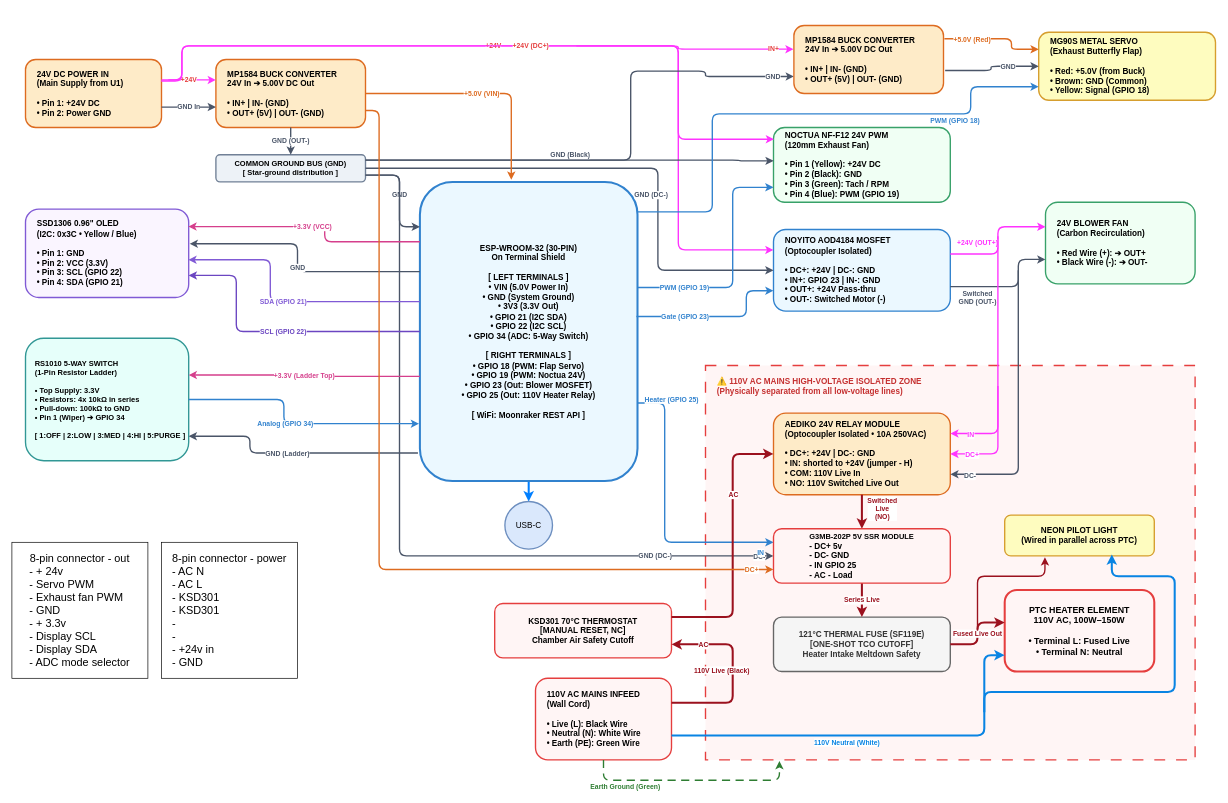
Before: docs/chamber_controller_schematic.drawio in arkhipus/u1-heater, a draw.io diagram. Source tidied: cells renumbered, new cells numbered last; positions are measured from the earlier drawing's top-left corner, leaving out a move shared by most shapes. Both pictures are drawn from the tidied source at 68%, with x=0, y=0 at pixel (12, 25).
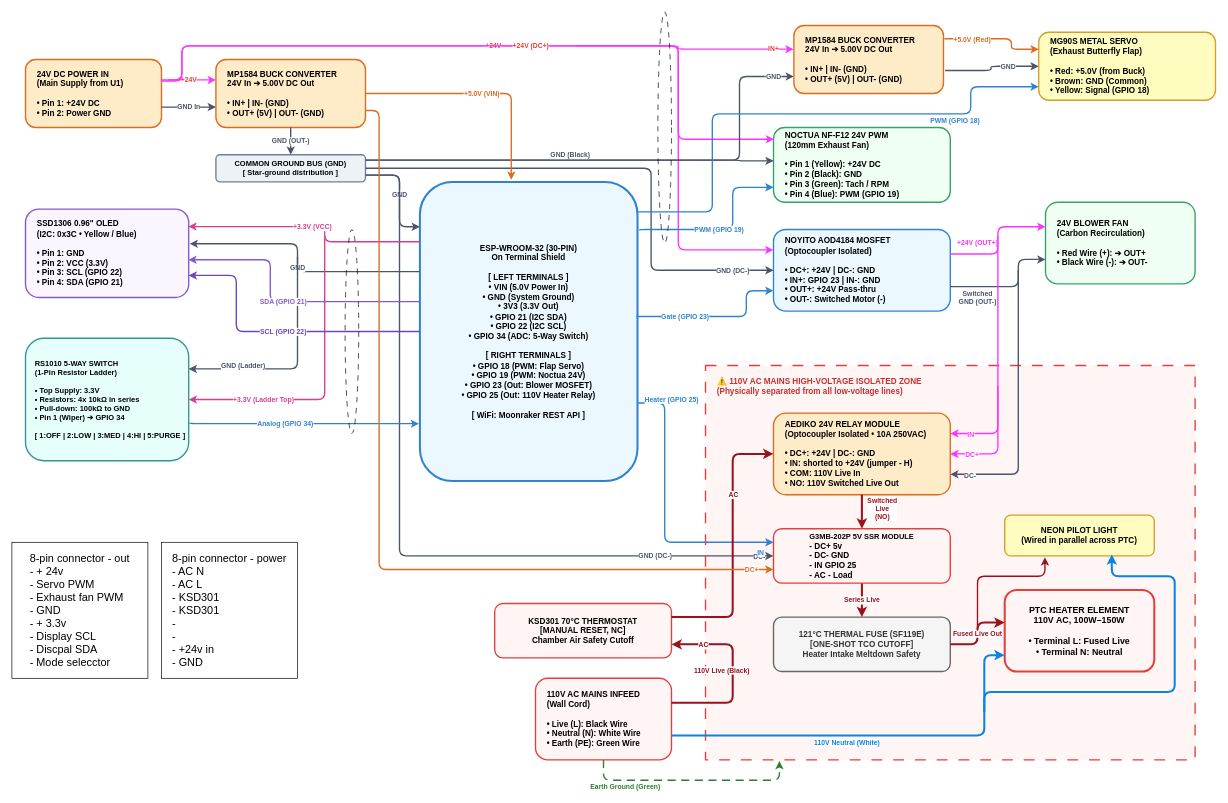
After the change.

Commit message:
added aux fusion360 3d models

The change refers to these unchanged cells:
```xml
<mxCell id="5" value="COMMON GROUND BUS (GND)&#10;[ Star-ground distribution ]" style="rounded=1;whiteSpace=wrap;html=1;fillColor=#edf2f7;strokeColor=#718096;strokeWidth=2;fontStyle=1;fontSize=11;" parent="1" vertex="1">
  <mxGeometry x="300" y="190" width="220" height="40" as="geometry" />
</mxCell>
<mxCell id="7" value="ESP-WROOM-32 (30-PIN)&lt;br&gt;On Terminal Shield&lt;br&gt;&lt;br&gt;[ LEFT TERMINALS ]&lt;br&gt;• VIN (5.0V Power In)&lt;br&gt;• GND (System Ground)&lt;br&gt;• 3V3 (3.3V Out)&lt;br&gt;• GPIO 21 (I2C SDA)&lt;br&gt;• GPIO 22 (I2C SCL)&lt;br&gt;• GPIO 34 (ADC: 5-Way Switch)&lt;br&gt;&lt;br&gt;[ RIGHT TERMINALS ]&lt;br&gt;• GPIO 18 (PWM: Flap Servo)&lt;br&gt;• GPIO 19 (PWM: Noctua 24V)&lt;br&gt;• GPIO 23 (Out: Blower MOSFET)&lt;br&gt;• GPIO 25 (Out: 110V Heater Relay)&lt;br&gt;&lt;br&gt;[ WiFi: Moonraker REST API ]" style="rounded=1;whiteSpace=wrap;html=1;fillColor=#ebf8ff;strokeColor=#3182ce;strokeWidth=3;fontStyle=1;fontSize=12;align=center;" parent="1" vertex="1">
  <mxGeometry x="600" y="230" width="320" height="440" as="geometry" />
</mxCell>
<mxCell id="9" value="RS1010 5-WAY SWITCH&#10;(1-Pin Resistor Ladder)&#10;&#10;• Top Supply: 3.3V&#10;• Resistors: 4x 10kΩ in series&#10;• Pull-down: 100kΩ to GND&#10;• Pin 1 (Wiper) ➔ GPIO 34&#10;&#10;[ 1:OFF | 2:LOW | 3:MED | 4:HI | 5:PURGE ]" style="rounded=1;whiteSpace=wrap;html=1;fillColor=#e6fffa;strokeColor=#319795;strokeWidth=2;fontStyle=1;fontSize=11;align=left;spacingLeft=12;" parent="1" vertex="1">
  <mxGeometry x="20" y="460" width="240" height="180" as="geometry" />
</mxCell>
<mxCell id="11" value="NOCTUA NF-F12 24V PWM&#10;(120mm Exhaust Fan)&#10;&#10;• Pin 1 (Yellow): +24V DC&#10;• Pin 2 (Black): GND&#10;• Pin 3 (Green): Tach / RPM&#10;• Pin 4 (Blue): PWM (GPIO 19)" style="rounded=1;whiteSpace=wrap;html=1;fillColor=#f0fff4;strokeColor=#38a169;strokeWidth=2;fontStyle=1;fontSize=12;align=left;spacingLeft=15;" parent="1" vertex="1">
  <mxGeometry x="1120" y="150" width="260" height="110" as="geometry" />
</mxCell>
<mxCell id="12" value="NOYITO AOD4184 MOSFET&#10;(Optocoupler Isolated)&#10;&#10;• DC+: +24V  |  DC-: GND&#10;• IN+: GPIO 23  |  IN-: GND&#10;• OUT+: +24V Pass-thru&#10;• OUT-: Switched Motor (-)" style="rounded=1;whiteSpace=wrap;html=1;fillColor=#ebf8ff;strokeColor=#3182ce;strokeWidth=2;fontStyle=1;fontSize=12;align=left;spacingLeft=15;" parent="1" vertex="1">
  <mxGeometry x="1120" y="300" width="260" height="120" as="geometry" />
</mxCell>
<mxCell id="66" value="MP1584 BUCK CONVERTER&#10;24V In ➔ 5.00V DC Out&#10;&#10;• IN+  |  IN- (GND)&#10;• OUT+ (5V)  |  OUT- (GND)" style="rounded=1;whiteSpace=wrap;html=1;fillColor=#feebc8;strokeColor=#dd6b20;strokeWidth=2;fontStyle=1;fontSize=12;align=left;spacingLeft=15;" parent="1" vertex="1">
  <mxGeometry x="1150" width="220" height="100" as="geometry" />
</mxCell>
```

The edit, as a diff of the source:
```diff
@@
-    <mxCell id="6" style="edgeStyle=orthogonalEdgeStyle;rounded=0;jettySize=auto;html=1;entryX=0.5;entryY=0;entryDx=0;entryDy=0;defaultLabelBackgroundColor=page;strokeWidth=3;strokeColor=#007FFF;" parent="1" edge="1" source="7" target="72">
-      <mxGeometry relative="1" as="geometry" />
-    </mxCell>
@@
     <mxCell id="27" value="GND" style="edgeStyle=orthogonalEdgeStyle;rounded=1;jettySize=auto;html=1;strokeColor=#4a5568;strokeWidth=2;exitX=1;exitY=0.2;exitDx=0;exitDy=0;fontSize=10;fontColor=#4a5568;fontStyle=1;entryX=0;entryY=0.75;entryDx=0;entryDy=0;" parent="1" edge="1" source="5" target="66">
       <mxGeometry x="0.92" relative="1" as="geometry">
         <Array as="points">
-          <mxPoint x="910" y="198" />
-          <mxPoint x="910" y="67.1" />
-          <mxPoint x="1020" y="67.1" />
-          <mxPoint x="1020" y="75" />
+          <mxPoint x="1070" y="198" />
+          <mxPoint x="1070" y="75" />
         </Array>
       </mxGeometry>
     </mxCell>
@@
     <mxCell id="29" value="GND (DC-)" style="edgeStyle=orthogonalEdgeStyle;rounded=1;jettySize=auto;html=1;strokeColor=#4a5568;strokeWidth=2;exitX=1;exitY=0.5;exitDx=0;exitDy=0;entryX=0;entryY=0.5;entryDx=0;entryDy=0;fontSize=10;fontColor=#4a5568;fontStyle=1;" parent="1" edge="1" source="5" target="12">
-      <mxGeometry x="0.25" y="-10" relative="1" as="geometry">
+      <mxGeometry x="0.84" relative="1" as="geometry">
         <Array as="points">
-          <mxPoint x="950" y="210" />
-          <mxPoint x="950" y="360" />
+          <mxPoint x="940" y="210" />
+          <mxPoint x="940" y="360" />
         </Array>
       </mxGeometry>
     </mxCell>
@@
-    <mxCell id="33" value="GND (Ladder)" style="edgeStyle=orthogonalEdgeStyle;rounded=1;jettySize=auto;html=1;strokeColor=#4a5568;strokeWidth=2;exitX=-0.009;exitY=0.906;exitDx=0;exitDy=0;entryX=1;entryY=0.8;entryDx=0;entryDy=0;fontSize=10;fontColor=#4a5568;fontStyle=1;exitPerimeter=0;" parent="1" edge="1" source="7" target="9">
-      <mxGeometry x="0.06" relative="1" as="geometry">
+    <mxCell id="33" value="GND (Ladder)" style="edgeStyle=orthogonalEdgeStyle;rounded=1;jettySize=auto;html=1;strokeColor=#4a5568;strokeWidth=2;fontSize=10;fontColor=#4a5568;fontStyle=1;entryX=1;entryY=0.25;entryDx=0;entryDy=0;" parent="1" edge="1" target="9">
+      <mxGeometry x="0.51" y="-5" relative="1" as="geometry">
+        <mxPoint x="420" y="340" as="sourcePoint" />
         <Array as="points">
-          <mxPoint x="350" y="628.6" />
-          <mxPoint x="350" y="604" />
+          <mxPoint x="420" y="505" />
         </Array>
       </mxGeometry>
     </mxCell>
@@
-    <mxCell id="37" value="+3.3V (Ladder Top)" style="edgeStyle=orthogonalEdgeStyle;rounded=1;jettySize=auto;html=1;strokeColor=#d53f8c;strokeWidth=2;exitX=0;exitY=0.65;exitDx=0;exitDy=0;entryX=1;entryY=0.3;entryDx=0;entryDy=0;fontSize=10;fontColor=#d53f8c;fontStyle=1;" parent="1" edge="1" source="7" target="9">
-      <mxGeometry relative="1" as="geometry" />
+    <mxCell id="37" value="+3.3V (Ladder Top)" style="edgeStyle=orthogonalEdgeStyle;rounded=1;jettySize=auto;html=1;strokeColor=#d53f8c;strokeWidth=2;entryX=1;entryY=0.5;entryDx=0;entryDy=0;fontSize=10;fontColor=#d53f8c;fontStyle=1;" parent="1" edge="1" target="9">
+      <mxGeometry x="0.5" relative="1" as="geometry">
+        <mxPoint x="460" y="310" as="sourcePoint" />
+        <Array as="points">
+          <mxPoint x="460" y="550" />
+        </Array>
+      </mxGeometry>
     </mxCell>
@@
-    <mxCell id="40" value="Analog (GPIO 34)" style="edgeStyle=orthogonalEdgeStyle;rounded=1;jettySize=auto;html=1;strokeColor=#3182ce;strokeWidth=2;exitX=1;exitY=0.5;exitDx=0;exitDy=0;fontSize=10;fontColor=#3182ce;fontStyle=1;entryX=-0.004;entryY=0.808;entryDx=0;entryDy=0;entryPerimeter=0;" parent="1" edge="1" source="9" target="7">
-      <mxGeometry x="-0.05" relative="1" as="geometry">
+    <mxCell id="40" value="Analog (GPIO 34)" style="edgeStyle=orthogonalEdgeStyle;rounded=1;jettySize=auto;html=1;strokeColor=#3182ce;strokeWidth=2;exitX=1.007;exitY=0.69;exitDx=0;exitDy=0;fontSize=10;fontColor=#3182ce;fontStyle=1;entryX=-0.004;entryY=0.808;entryDx=0;entryDy=0;entryPerimeter=0;exitPerimeter=0;" parent="1" edge="1" source="9" target="7">
+      <mxGeometry x="-0.16" relative="1" as="geometry">
         <Array as="points">
-          <mxPoint x="400" y="550" />
-          <mxPoint x="400" y="585.5" />
+          <mxPoint x="261.7" y="585.5" />
         </Array>
       </mxGeometry>
     </mxCell>
@@
-    <mxCell id="42" value="PWM (GPIO 19)" style="edgeStyle=orthogonalEdgeStyle;rounded=1;jettySize=auto;html=1;strokeColor=#3182ce;strokeWidth=2;exitX=1;exitY=0.353;exitDx=0;exitDy=0;entryX=0;entryY=0.8;entryDx=0;entryDy=0;fontSize=10;fontColor=#3182ce;fontStyle=1;exitPerimeter=0;" parent="1" edge="1" source="7" target="11">
-      <mxGeometry x="-0.6" relative="1" as="geometry">
+    <mxCell id="42" value="PWM (GPIO 19)" style="edgeStyle=orthogonalEdgeStyle;rounded=1;jettySize=auto;html=1;strokeColor=#3182ce;strokeWidth=2;exitX=1.009;exitY=0.162;exitDx=0;exitDy=0;entryX=0;entryY=0.8;entryDx=0;entryDy=0;fontSize=10;fontColor=#3182ce;fontStyle=1;exitPerimeter=0;" parent="1" edge="1" source="7" target="11">
+      <mxGeometry x="-0.09" relative="1" as="geometry">
         <Array as="points">
-          <mxPoint x="1060" y="385.3" />
+          <mxPoint x="922.9" y="300" />
+          <mxPoint x="1060" y="300" />
           <mxPoint x="1060" y="238" />
         </Array>
       </mxGeometry>
     </mxCell>
@@
-    <mxCell id="71" value="&lt;font style=&quot;text-align: left; font-size: 16px;&quot;&gt;8-pin connector - out&lt;/font&gt;&lt;div style=&quot;text-align: left;&quot;&gt;&lt;span style=&quot;font-size: 16px; background-color: transparent;&quot;&gt;- + 24v&lt;/span&gt;&lt;/div&gt;&lt;div style=&quot;text-align: left;&quot;&gt;&lt;span style=&quot;font-size: 16px;&quot;&gt;- Servo PWM&lt;/span&gt;&lt;span style=&quot;font-size: 16px; background-color: transparent;&quot;&gt;&lt;/span&gt;&lt;/div&gt;&lt;div style=&quot;text-align: left;&quot;&gt;&lt;span style=&quot;background-color: transparent;&quot;&gt;&lt;font style=&quot;font-size: 16px;&quot;&gt;- Exhaust fan PWM&lt;/font&gt;&lt;/span&gt;&lt;/div&gt;&lt;div style=&quot;text-align: left;&quot;&gt;&lt;span style=&quot;font-size: 16px; background-color: transparent;&quot;&gt;- GND&lt;/span&gt;&lt;/div&gt;&lt;div style=&quot;text-align: left;&quot;&gt;&lt;span style=&quot;font-size: 16px;&quot;&gt;- + 3.3v&lt;/span&gt;&lt;/div&gt;&lt;div style=&quot;text-align: left;&quot;&gt;&lt;font style=&quot;font-size: 16px;&quot;&gt;- Display SCL&lt;/font&gt;&lt;/div&gt;&lt;div style=&quot;text-align: left;&quot;&gt;&lt;font style=&quot;font-size: 16px;&quot;&gt;- Display SDA&lt;/font&gt;&lt;/div&gt;&lt;div style=&quot;text-align: left;&quot;&gt;&lt;font style=&quot;font-size: 16px;&quot;&gt;- ADC mode selector&lt;/font&gt;&lt;/div&gt;" style="rounded=0;whiteSpace=wrap;html=1;" parent="1" vertex="1">
+    <mxCell id="71" value="&lt;font style=&quot;text-align: left; font-size: 16px;&quot;&gt;8-pin connector - out&lt;/font&gt;&lt;div style=&quot;text-align: left;&quot;&gt;&lt;span style=&quot;font-size: 16px; background-color: transparent;&quot;&gt;- + 24v&lt;/span&gt;&lt;/div&gt;&lt;div style=&quot;text-align: left;&quot;&gt;&lt;span style=&quot;font-size: 16px;&quot;&gt;- Servo PWM&lt;/span&gt;&lt;span style=&quot;font-size: 16px; background-color: transparent;&quot;&gt;&lt;/span&gt;&lt;/div&gt;&lt;div style=&quot;text-align: left;&quot;&gt;&lt;span style=&quot;background-color: transparent;&quot;&gt;&lt;font style=&quot;font-size: 16px;&quot;&gt;- Exhaust fan PWM&lt;/font&gt;&lt;/span&gt;&lt;/div&gt;&lt;div style=&quot;text-align: left;&quot;&gt;&lt;span style=&quot;font-size: 16px; background-color: transparent;&quot;&gt;- GND&lt;/span&gt;&lt;/div&gt;&lt;div style=&quot;text-align: left;&quot;&gt;&lt;span style=&quot;font-size: 16px;&quot;&gt;- + 3.3v&lt;/span&gt;&lt;/div&gt;&lt;div style=&quot;text-align: left;&quot;&gt;&lt;font style=&quot;font-size: 16px;&quot;&gt;- Display SCL&lt;/font&gt;&lt;/div&gt;&lt;div style=&quot;text-align: left;&quot;&gt;&lt;font style=&quot;font-size: 16px;&quot;&gt;- Discpal SDA&lt;/font&gt;&lt;/div&gt;&lt;div style=&quot;text-align: left;&quot;&gt;&lt;font style=&quot;font-size: 16px;&quot;&gt;- Mode selecctor&lt;/font&gt;&lt;/div&gt;" style="rounded=0;whiteSpace=wrap;html=1;" parent="1" vertex="1">
       <mxGeometry y="760" width="200" height="200" as="geometry" />
     </mxCell>
-    <mxCell id="72" value="USB-C" style="ellipse;whiteSpace=wrap;html=1;shapeInside=1;strokeWidth=2;fillColor=#dae8fc;strokeColor=#6c8ebf;" parent="1" vertex="1">
-      <mxGeometry x="725" y="700" width="70" height="70" as="geometry" />
-    </mxCell>
+    <mxCell id="73" style="ellipse;whiteSpace=wrap;html=1;shapeInside=1;fillColor=none;dashed=1;dashPattern=8 8;" parent="1" vertex="1">
+      <mxGeometry x="950" y="-20" width="20" height="340" as="geometry" />
+    </mxCell>
+    <mxCell id="74" style="ellipse;whiteSpace=wrap;html=1;shapeInside=1;fillColor=none;dashed=1;dashPattern=8 8;" parent="1" vertex="1">
+      <mxGeometry x="490" y="300" width="20" height="300" as="geometry" />
+    </mxCell>
```
